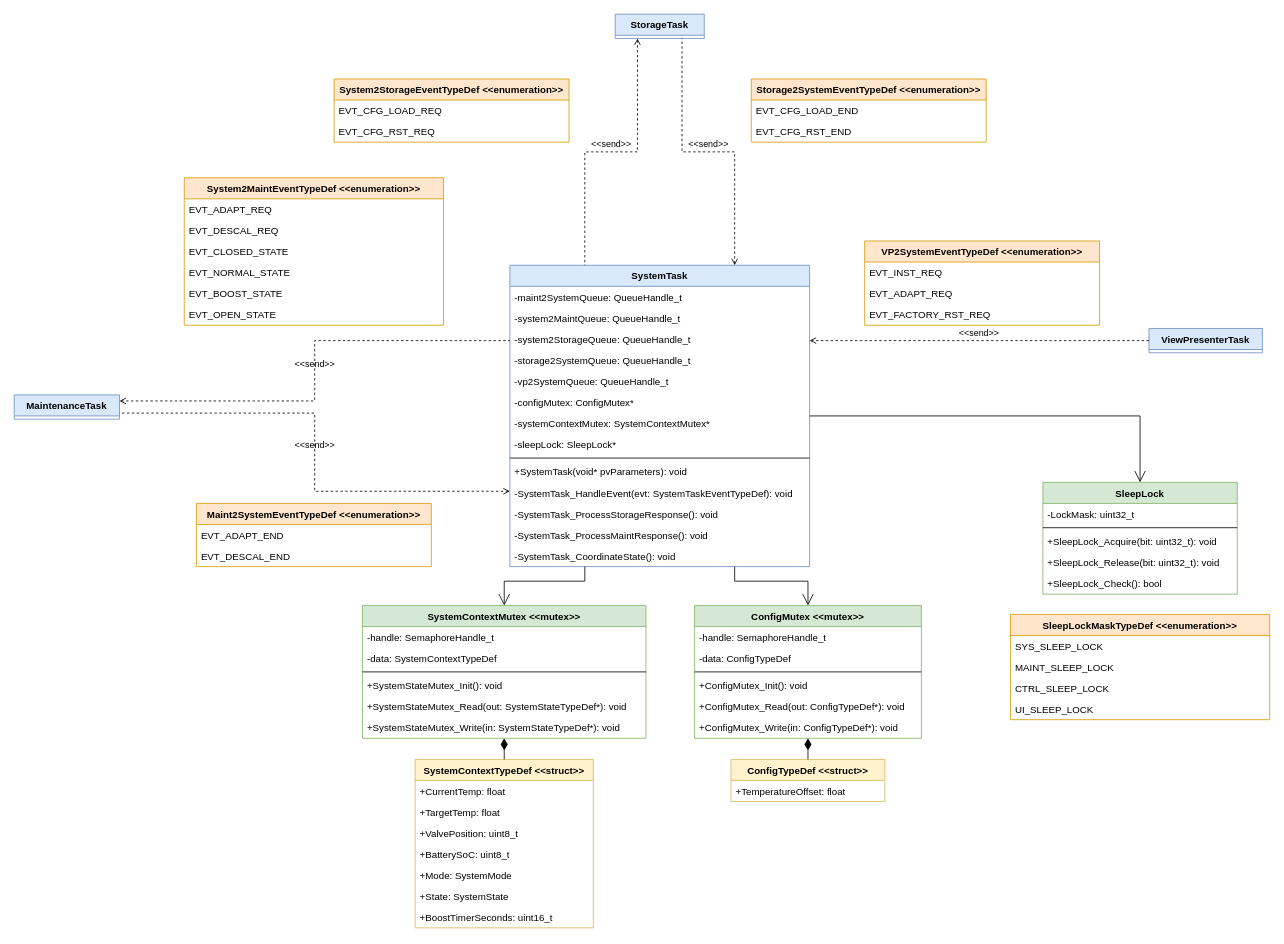
Before: page "core" (2 of 6) of software/diagrams/mt-rt-sw-design.drawio in MiraTherm/miratherm-radiator-thermostat-documentation, a draw.io diagram. Source tidied: cells renumbered, new cells numbered last; positions are measured from the earlier drawing's top-left corner, leaving out a move shared by most shapes. Both pictures are drawn from the tidied source at 81%, with x=0, y=0 at pixel (14, 14).
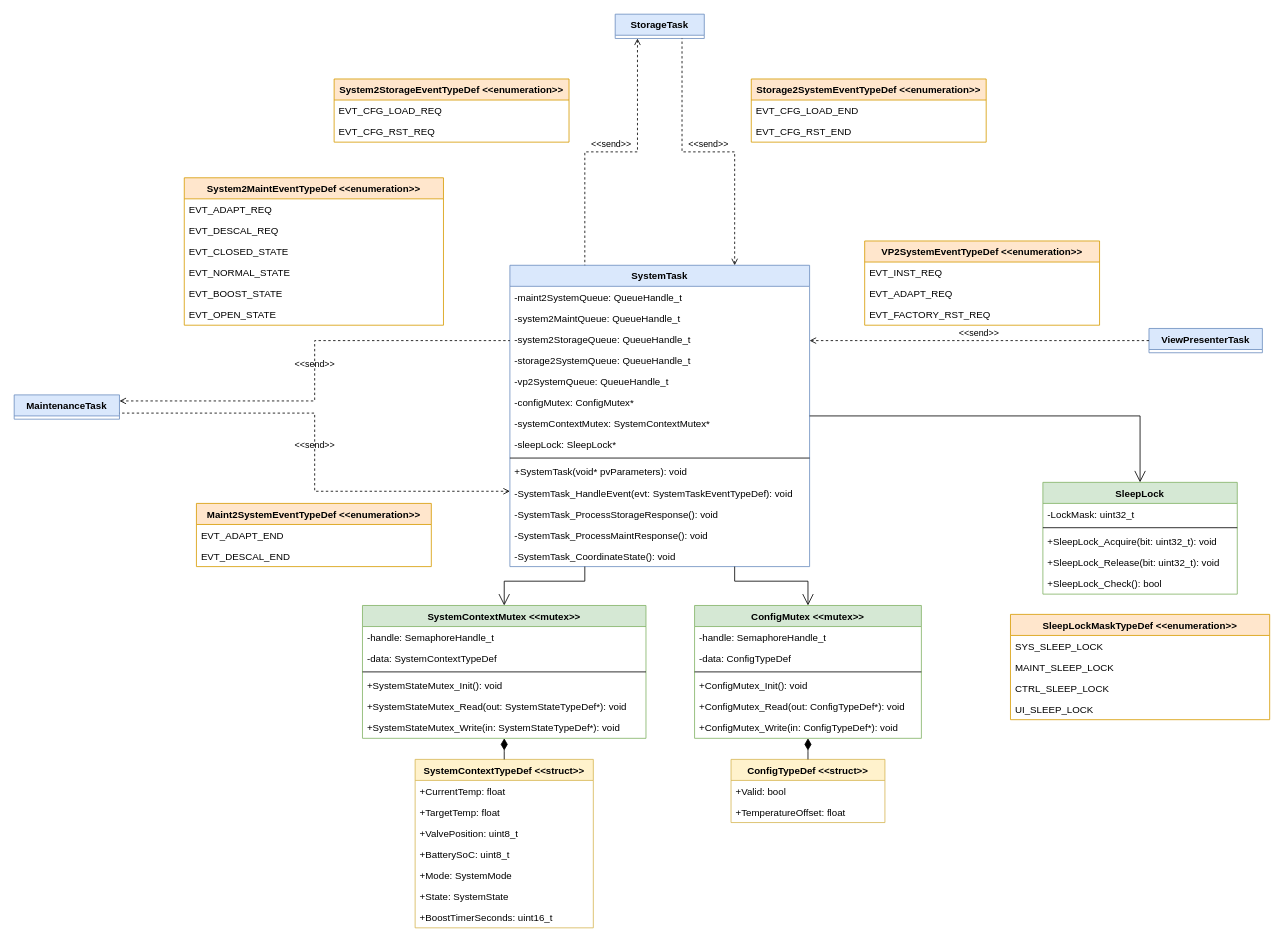
The same page after the edit.

Commit message (it also covers changes not shown here):
:memo: Add "Valid" field to Config

Change to the diagram source:
```diff
@@
     <mxCell id="55" value="ConfigTypeDef &lt;&lt;struct&gt;&gt;" style="swimlane;fontStyle=1;horizontal=1;startSize=26;fillColor=#fff2cc;strokeColor=#d6b656;" parent="1" vertex="1">
-      <mxGeometry x="885" y="920" width="190" height="52" as="geometry" />
+      <mxGeometry x="885" y="920" width="190" height="78" as="geometry" />
     </mxCell>
+    <mxCell id="90" value="+Valid: bool" style="text;strokeColor=none;fillColor=none;align=left;verticalAlign=top;spacingLeft=4;spacingRight=4;overflow=hidden;" parent="55" vertex="1">
+      <mxGeometry y="26" width="190" height="26" as="geometry" />
+    </mxCell>
     <mxCell id="56" value="+TemperatureOffset: float" style="text;strokeColor=none;fillColor=none;align=left;verticalAlign=top;spacingLeft=4;spacingRight=4;overflow=hidden;" parent="55" vertex="1">
-      <mxGeometry y="26" width="190" height="26" as="geometry" />
+      <mxGeometry y="52" width="190" height="26" as="geometry" />
     </mxCell>
```
